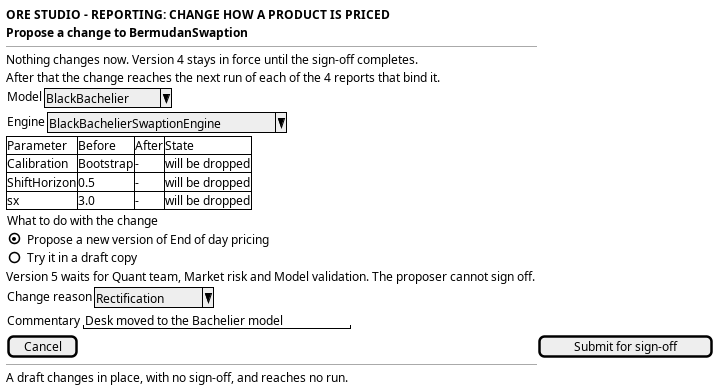
OreStudio/OreStudio keeps this PlantUML diagram as doc/knowledge/journeys/reporting/wireframe_change_how_a_product_is_priced.png. Above is the earlier version. Its source is kept beside it as doc/knowledge/journeys/reporting/wireframe_change_how_a_product_is_priced.puml.
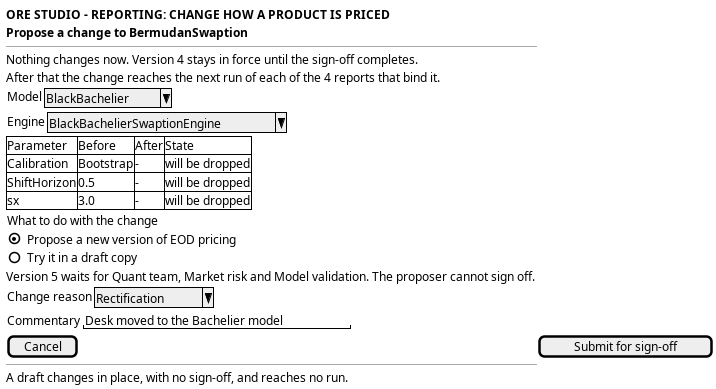
Later version of the same file.

Diff of the diagram source:
```diff
@@ -17,7 +17,7 @@
   }
   {
     What to do with the change
-    (X) Propose a new version of End of day pricing
+    (X) Propose a new version of EOD pricing
     ( ) Try it in a draft copy
   }
   Version 5 waits for Quant team, Market risk and Model validation. The proposer cannot sign off.
```
